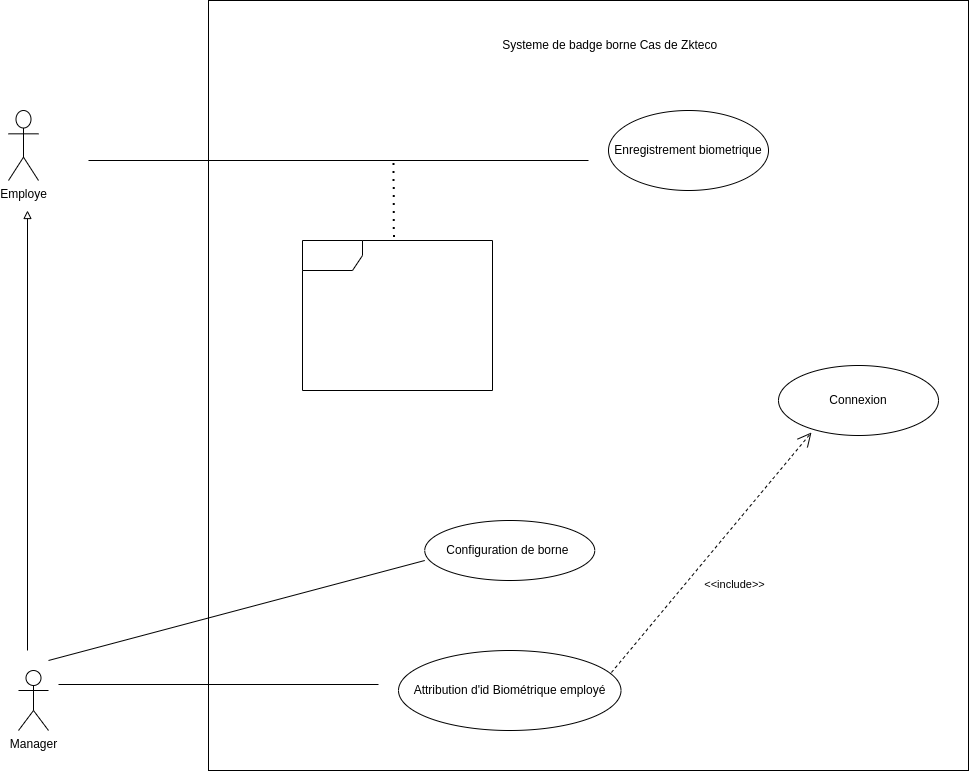
The draw.io diagram static/UsecaseZkteco.drawio.png in Siluearsene/borne_biometrique, before a commit. Source tidied: cells renumbered, new cells last; positions are measured from the earlier drawing's top-left corner, leaving out a move shared by most shapes.
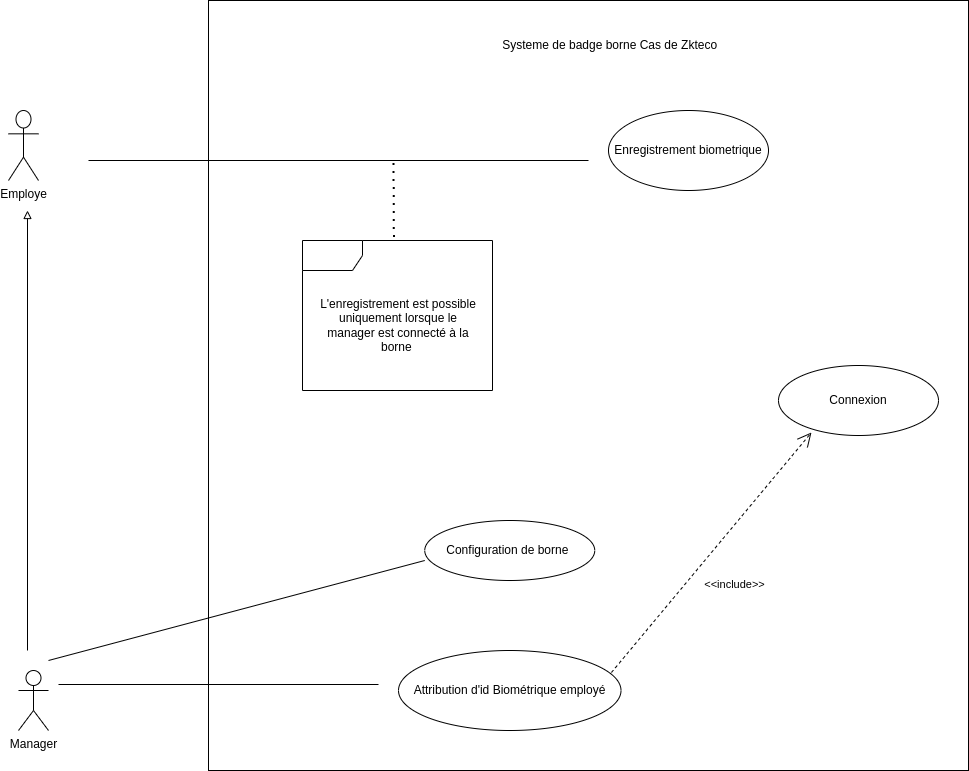
The same file after the commit.

Commit message:
Mettre à jour UsecaseZkteco.drawio.png

Change to the diagram source:
```diff
@@ -58,5 +58,8 @@
     <mxCell id="17" style="endArrow=none;dashed=1;html=1;dashPattern=1 3;strokeWidth=2;rounded=0;entryX=0.61;entryY=0.625;entryDx=0;entryDy=0;entryPerimeter=0;exitX=0.481;exitY=-0.023;exitDx=0;exitDy=0;exitPerimeter=0;" parent="1" edge="1" source="16" target="15">
       <mxGeometry relative="1" as="geometry" />
     </mxCell>
+    <mxCell id="18" value="L'enregistrement est possible uniquement lorsque le manager est connecté à la borne&amp;nbsp;" style="text;html=1;strokeColor=none;fillColor=none;align=center;verticalAlign=middle;whiteSpace=wrap;rounded=0;" parent="1" vertex="1">
+      <mxGeometry x="310" y="270" width="160" height="110" as="geometry" />
+    </mxCell>
   </root>
 </mxGraphModel>
```
